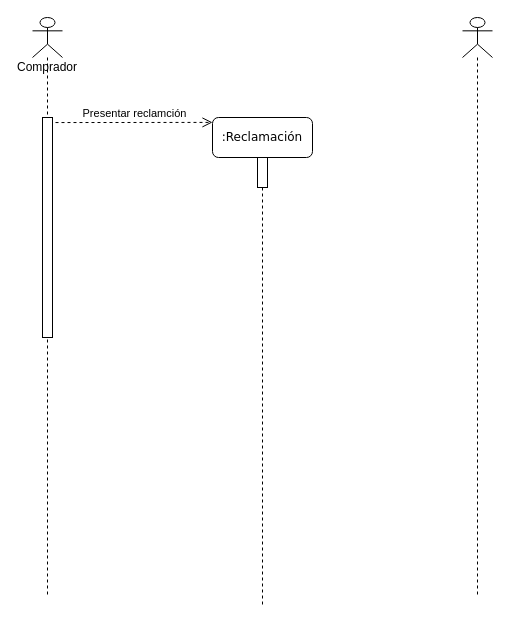
Before: lab5.drawio in AyobAsroutVargas/lab1, a draw.io diagram. Source tidied: cells renumbered, new cells numbered last; positions are measured from the earlier drawing's top-left corner, leaving out a move shared by most shapes. Both pictures are drawn from the tidied source at 100%, with x=0, y=0 at pixel (32, 17).
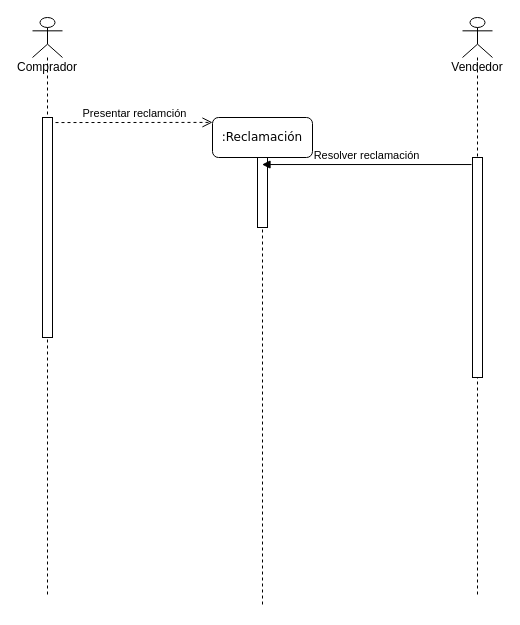
The same diagram, later.

The edit, as a diff of the source:
```diff
@@
 <mxGraphModel background="#ffffff">
   <root>
     <mxCell id="0" />
     <mxCell id="1" parent="0" />
     <mxCell id="2" value=":Reclamación" style="shape=umlLifeline;perimeter=lifelinePerimeter;whiteSpace=wrap;html=1;outlineConnect=0;rounded=1;shadow=0;comic=0;labelBackgroundColor=none;strokeWidth=1;fontFamily=Verdana;fontSize=12;align=center;" parent="1" vertex="1">
       <mxGeometry x="180" y="100" width="100" height="490" as="geometry" />
     </mxCell>
     <mxCell id="3" style="html=1;perimeter=orthogonalPerimeter;rounded=0;shadow=0;comic=0;labelBackgroundColor=none;strokeWidth=1;fontFamily=Verdana;fontSize=12;align=center;" parent="2" vertex="1">
-      <mxGeometry x="45" y="40" width="10" height="30" as="geometry" />
+      <mxGeometry x="45" y="40" width="10" height="70" as="geometry" />
     </mxCell>
     <mxCell id="4" value="Comprador" style="shape=umlLifeline;participant=umlActor;perimeter=lifelinePerimeter;whiteSpace=wrap;html=1;verticalAlign=top;spacingTop=36;" parent="1" vertex="1">
       <mxGeometry width="30" height="580" as="geometry" />
     </mxCell>
     <mxCell id="5" style="html=1;points=[];perimeter=orthogonalPerimeter;rounded=0;shadow=0;comic=0;labelBackgroundColor=none;strokeWidth=1;fontFamily=Verdana;fontSize=12;align=center;" parent="4" vertex="1">
       <mxGeometry x="10" y="100" width="10" height="220" as="geometry" />
     </mxCell>
-    <mxCell id="6" style="shape=umlLifeline;participant=umlActor;perimeter=lifelinePerimeter;whiteSpace=wrap;html=1;verticalAlign=top;spacingTop=36;" parent="1" vertex="1">
+    <mxCell id="6" value="Vendedor" style="shape=umlLifeline;participant=umlActor;perimeter=lifelinePerimeter;whiteSpace=wrap;html=1;verticalAlign=top;spacingTop=36;" parent="1" vertex="1">
       <mxGeometry x="430" width="30" height="580" as="geometry" />
     </mxCell>
+    <mxCell id="8" style="html=1;points=[];perimeter=orthogonalPerimeter;rounded=0;shadow=0;comic=0;labelBackgroundColor=none;strokeWidth=1;fontFamily=Verdana;fontSize=12;align=center;" parent="6" vertex="1">
+      <mxGeometry x="10" y="140" width="10" height="220" as="geometry" />
+    </mxCell>
     <mxCell id="7" value="Presentar reclamción" style="html=1;verticalAlign=bottom;endArrow=open;dashed=1;endSize=8;exitX=1.3;exitY=0.023;exitDx=0;exitDy=0;exitPerimeter=0;entryX=0;entryY=0.01;entryDx=0;entryDy=0;entryPerimeter=0;" parent="1" edge="1" source="5" target="2">
       <mxGeometry relative="1" as="geometry" />
     </mxCell>
+    <mxCell id="9" value="Resolver reclamación" style="html=1;verticalAlign=bottom;endArrow=block;exitX=-0.1;exitY=0.032;exitDx=0;exitDy=0;exitPerimeter=0;" parent="1" edge="1" source="8" target="2">
+      <mxGeometry relative="1" as="geometry" />
+    </mxCell>
   </root>
 </mxGraphModel>
```
